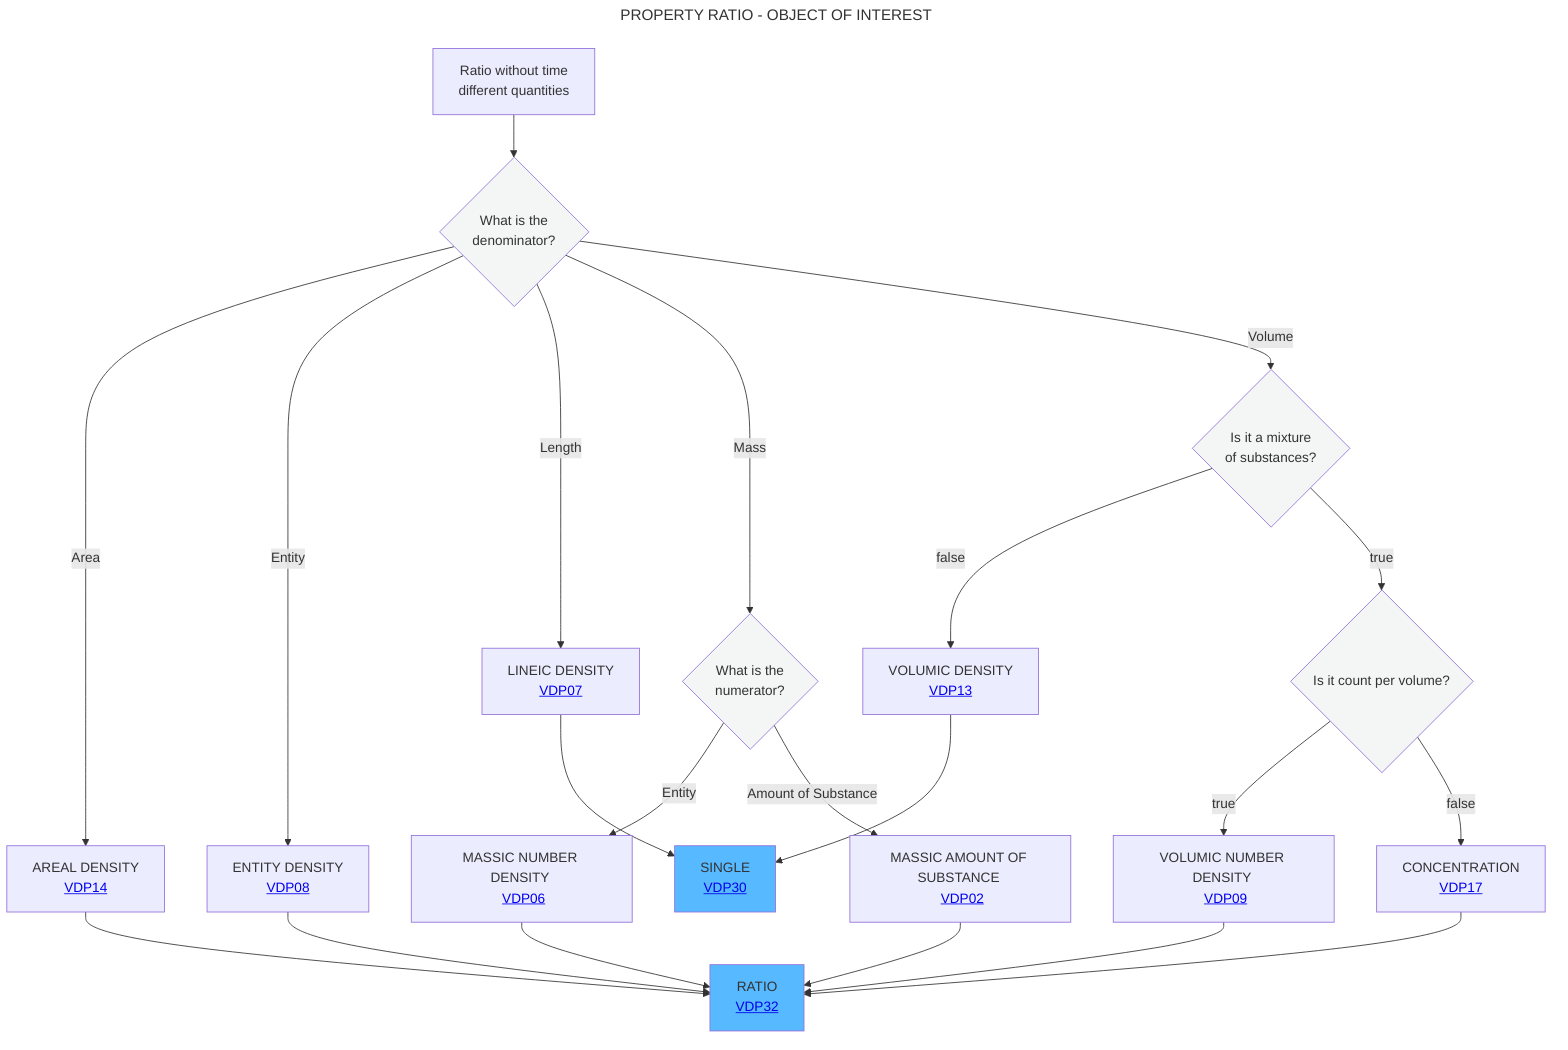
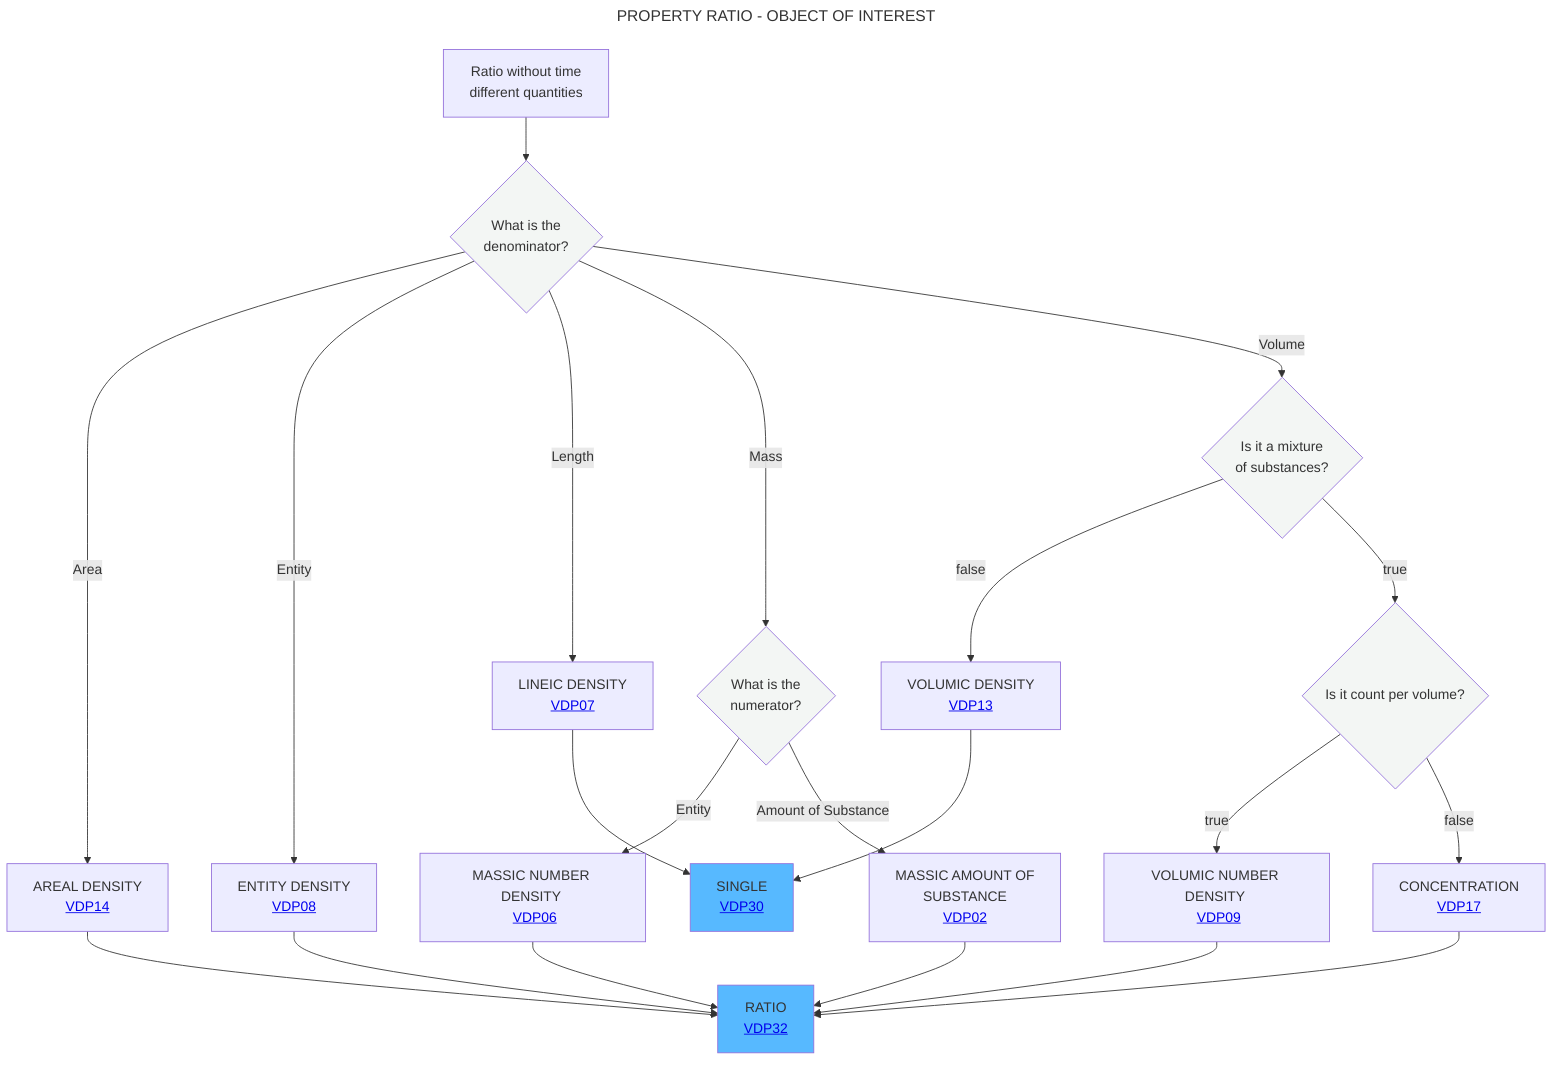
---
title: PROPERTY RATIO - OBJECT OF INTEREST
---
flowchart TD
    A[Ratio without time <br> different quantities] --> B{What is the <br> denominator?}:::white
    B -- Area -->C[AREAL DENSITY <br> <a href='https://github.com/mabablue/I-ADOPT-patterns-playground/blob/main/pattern/VDP14.yaml'>VDP14</a>]
    B -- Entity -->F[ENTITY DENSITY <br> <a href='https://github.com/mabablue/I-ADOPT-patterns-playground/blob/main/pattern/VDP08.yaml'>VDP08</a>]
    B -- Length -->D[LINEIC DENSITY <br> <a href='https://github.com/mabablue/I-ADOPT-patterns-playground/blob/main/pattern/VDP07.yaml'>VDP07</a>]
    B -- Mass -->E{What is the <br> numerator?}:::white
    E -- Entity --> L[MASSIC NUMBER DENSITY <br> <a href='https://github.com/mabablue/I-ADOPT-patterns-playground/blob/main/pattern/VDP06.yaml'>VDP06</a>]
-     E -- Amount of Substance --> P[MASSIC AMOUNT OF SUBSTANCE <br> <a href='https://github.com/mabablue/I-ADOPT-patterns-playground/blob/main/pattern/VDP02.yaml'>VDP02</a>]
+     E -- Amount of Substance --> P[MASSIC AMOUNT OF <br> SUBSTANCE <br> <a href='https://github.com/mabablue/I-ADOPT-patterns-playground/blob/main/pattern/VDP02.yaml'>VDP02</a>]
    B -- Volume -->G{Is it a mixture <br> of substances?}:::white
    G --> |false|H[VOLUMIC DENSITY <br> <a href='https://github.com/mabablue/I-ADOPT-patterns-playground/blob/main/pattern/VDP13.yaml'>VDP13</a>]
    G--> |true|J{Is it count per volume?}:::white
    J --> |true|I[VOLUMIC NUMBER DENSITY <br> <a href='https://github.com/mabablue/I-ADOPT-patterns-playground/blob/main/pattern/VDP09.yaml'>VDP09</a>]
    J --> |false|M[CONCENTRATION <br> <a href='https://github.com/mabablue/I-ADOPT-patterns-playground/blob/main/pattern/VDP17.yaml'>VDP17</a>]
    I --> N
    C --> N[RATIO <br> <a href='https://github.com/mabablue/I-ADOPT-patterns-playground/blob/main/pattern/VDP32.yaml'>VDP32</a>]:::satblue
    F --> N
    D --> O[SINGLE <br> <a href='https://github.com/mabablue/I-ADOPT-patterns-playground/blob/main/pattern/VDP30.yaml'>VDP30</a>]:::satblue
    H --> O
    L --> N
    P --> N
    M --> N
   classDef blue fill:#90D5FF
   classDef satblue fill:#57B9FF
   classDef white fill:#f3f6f4
   classDef green fill:#6aa84f
